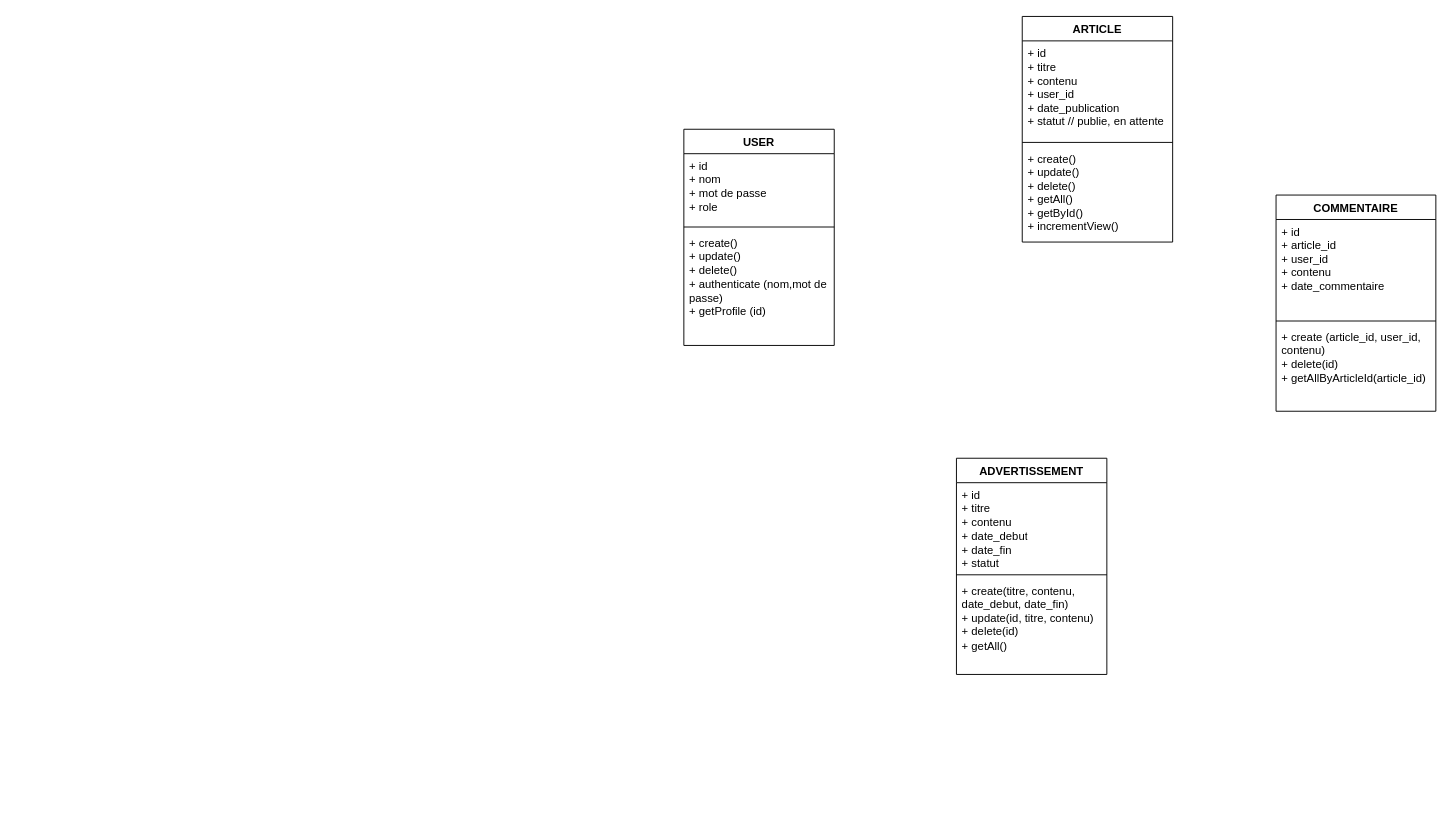
Earlier version of the draw.io diagram HELLO_WORLD.drawio (Bryann-coder/HELLO-WORD). Source tidied: cells renumbered, new cells numbered last; positions are measured from the earlier drawing's top-left corner, leaving out a move shared by most shapes. Both pictures are drawn from the tidied source at 94%, with x=0, y=0 at pixel (683, 16).
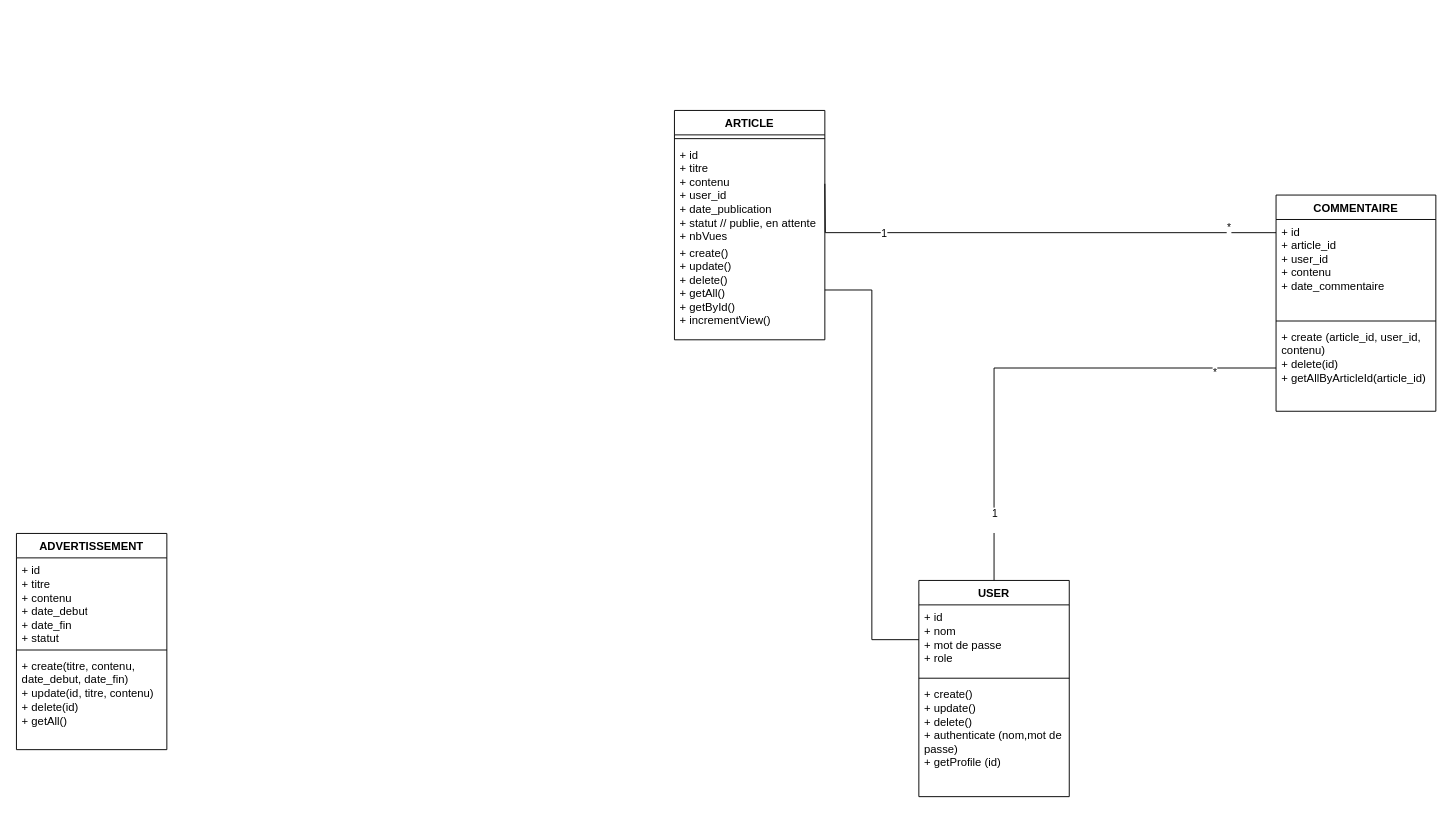
Above is the later version.

Commit message (it also covers changes not shown here):
Mettre à jour HELLO_WORLD.drawio

Unchanged cells that the change refers to:
```xml
<mxCell id="3" value="+ id&lt;div&gt;+ nom&lt;/div&gt;&lt;div&gt;+ mot de passe&lt;/div&gt;&lt;div&gt;+ role&lt;/div&gt;" style="text;strokeColor=none;fillColor=none;align=left;verticalAlign=top;spacingLeft=4;spacingRight=4;overflow=hidden;points=[[0,0.5],[1,0.5]];portConstraint=eastwest;whiteSpace=wrap;html=1;" parent="2" vertex="1">
  <mxGeometry y="26" width="160" height="74" as="geometry" />
</mxCell>
<mxCell id="11" value="+ id&lt;div&gt;+ article_id&lt;/div&gt;&lt;div&gt;+ user_id&lt;/div&gt;&lt;div&gt;+ contenu&lt;/div&gt;&lt;div&gt;+ date_commentaire&lt;/div&gt;" style="text;strokeColor=none;fillColor=none;align=left;verticalAlign=top;spacingLeft=4;spacingRight=4;overflow=hidden;points=[[0,0.5],[1,0.5]];portConstraint=eastwest;whiteSpace=wrap;html=1;" parent="10" vertex="1">
  <mxGeometry y="26" width="170" height="104" as="geometry" />
</mxCell>
<mxCell id="13" value="+ create (article_id, user_id, contenu)&lt;div&gt;+ delete(id)&lt;/div&gt;&lt;div&gt;+ getAllByArticleId(article_id)&lt;/div&gt;" style="text;strokeColor=none;fillColor=none;align=left;verticalAlign=top;spacingLeft=4;spacingRight=4;overflow=hidden;points=[[0,0.5],[1,0.5]];portConstraint=eastwest;whiteSpace=wrap;html=1;" parent="10" vertex="1">
  <mxGeometry y="138" width="170" height="92" as="geometry" />
</mxCell>
```

Change to the diagram source:
```diff
@@
     <mxCell id="2" value="USER" style="swimlane;fontStyle=1;align=center;verticalAlign=top;horizontal=1;startSize=26;whiteSpace=wrap;html=1;" parent="1" vertex="1">
-      <mxGeometry y="120" width="160" height="230" as="geometry" />
+      <mxGeometry x="250" y="600" width="160" height="230" as="geometry" />
     </mxCell>
@@
     <mxCell id="6" value="ARTICLE" style="swimlane;fontStyle=1;align=center;verticalAlign=top;horizontal=1;startSize=26;whiteSpace=wrap;html=1;" parent="1" vertex="1">
-      <mxGeometry x="360" width="160" height="240" as="geometry" />
+      <mxGeometry x="-10" y="100" width="160" height="244" as="geometry" />
     </mxCell>
+    <mxCell id="8" style="line;strokeWidth=1;fillColor=none;align=left;verticalAlign=middle;spacingTop=-1;spacingLeft=3;spacingRight=3;labelPosition=right;strokeColor=inherit;" parent="6" vertex="1">
+      <mxGeometry y="26" width="160" height="8" as="geometry" />
+    </mxCell>
-    <mxCell id="7" value="+ id&lt;div&gt;+ titre&lt;/div&gt;&lt;div&gt;+ contenu&lt;/div&gt;&lt;div&gt;+ user_id&lt;/div&gt;&lt;div&gt;+ date_publication&lt;br&gt;+ statut // publie, en attente&lt;/div&gt;" style="text;strokeColor=none;fillColor=none;align=left;verticalAlign=top;spacingLeft=4;spacingRight=4;overflow=hidden;whiteSpace=wrap;html=1;" parent="6" vertex="1">
-      <mxGeometry y="26" width="160" height="104" as="geometry" />
+    <mxCell id="7" value="+ id&lt;div&gt;+ titre&lt;/div&gt;&lt;div&gt;+ contenu&lt;/div&gt;&lt;div&gt;+ user_id&lt;/div&gt;&lt;div&gt;+ date_publication&lt;br&gt;+ statut // publie, en attente&lt;/div&gt;&lt;div&gt;+ nbVues&lt;/div&gt;&lt;div&gt;&lt;br&gt;&lt;/div&gt;" style="text;strokeColor=none;fillColor=none;align=left;verticalAlign=top;spacingLeft=4;spacingRight=4;overflow=hidden;whiteSpace=wrap;html=1;" parent="6" vertex="1">
+      <mxGeometry y="34" width="160" height="104" as="geometry" />
     </mxCell>
-    <mxCell id="8" style="line;strokeWidth=1;fillColor=none;align=left;verticalAlign=middle;spacingTop=-1;spacingLeft=3;spacingRight=3;labelPosition=right;strokeColor=inherit;" parent="6" vertex="1">
-      <mxGeometry y="130" width="160" height="8" as="geometry" />
-    </mxCell>
     <mxCell id="9" value="+ create()&lt;div&gt;+ update()&lt;/div&gt;&lt;div&gt;+ delete()&lt;/div&gt;&lt;div&gt;+ getAll()&lt;/div&gt;&lt;div&gt;+ getById()&lt;/div&gt;&lt;div&gt;+ incrementView()&lt;/div&gt;" style="text;strokeColor=none;fillColor=none;align=left;verticalAlign=top;spacingLeft=4;spacingRight=4;overflow=hidden;points=[[0,0.5],[1,0.5]];portConstraint=eastwest;whiteSpace=wrap;html=1;" parent="6" vertex="1">
-      <mxGeometry y="138" width="160" height="102" as="geometry" />
+      <mxGeometry y="138" width="160" height="106" as="geometry" />
     </mxCell>
@@
     <mxCell id="14" value="ADVERTISSEMENT" style="swimlane;fontStyle=1;align=center;verticalAlign=top;horizontal=1;startSize=26;whiteSpace=wrap;html=1;" parent="1" vertex="1">
-      <mxGeometry x="290" y="470" width="160" height="230" as="geometry" />
+      <mxGeometry x="-710" y="550" width="160" height="230" as="geometry" />
     </mxCell>
@@
+    <mxCell id="18" style="edgeStyle=orthogonalEdgeStyle;rounded=0;jettySize=auto;html=1;entryX=0.5;entryY=0;entryDx=0;entryDy=0;endArrow=none;endFill=0;" parent="1" edge="1" source="13" target="2">
+      <mxGeometry relative="1" as="geometry" />
+    </mxCell>
+    <mxCell id="19" value="*" style="edgeLabel;html=1;align=center;verticalAlign=middle;" parent="18" vertex="1">
+      <mxGeometry x="-0.75" y="4" relative="1" as="geometry" />
+    </mxCell>
+    <mxCell id="20" value="1&lt;div&gt;&lt;br&gt;&lt;/div&gt;" style="edgeLabel;html=1;align=center;verticalAlign=middle;" parent="18" vertex="1">
+      <mxGeometry x="0.75" relative="1" as="geometry">
+        <mxPoint y="1" as="offset" />
+      </mxGeometry>
+    </mxCell>
+    <mxCell id="21" style="edgeStyle=orthogonalEdgeStyle;rounded=0;jettySize=auto;html=1;entryX=0;entryY=0.135;entryDx=0;entryDy=0;entryPerimeter=0;endArrow=none;endFill=0;" parent="1" edge="1" target="11">
+      <mxGeometry relative="1" as="geometry">
+        <mxPoint x="150" y="178" as="sourcePoint" />
+      </mxGeometry>
+    </mxCell>
+    <mxCell id="22" value="1" style="edgeLabel;html=1;align=center;verticalAlign=middle;" parent="21" vertex="1">
+      <mxGeometry x="-0.57" relative="1" as="geometry" />
+    </mxCell>
+    <mxCell id="23" value="*&lt;div&gt;&lt;br&gt;&lt;/div&gt;" style="edgeLabel;html=1;align=center;verticalAlign=middle;" parent="21" vertex="1">
+      <mxGeometry x="0.81" y="-1" relative="1" as="geometry" />
+    </mxCell>
+    <mxCell id="24" style="edgeStyle=orthogonalEdgeStyle;rounded=0;jettySize=auto;html=1;endArrow=none;endFill=0;" parent="1" edge="1" source="3" target="9">
+      <mxGeometry relative="1" as="geometry" />
+    </mxCell>
```
